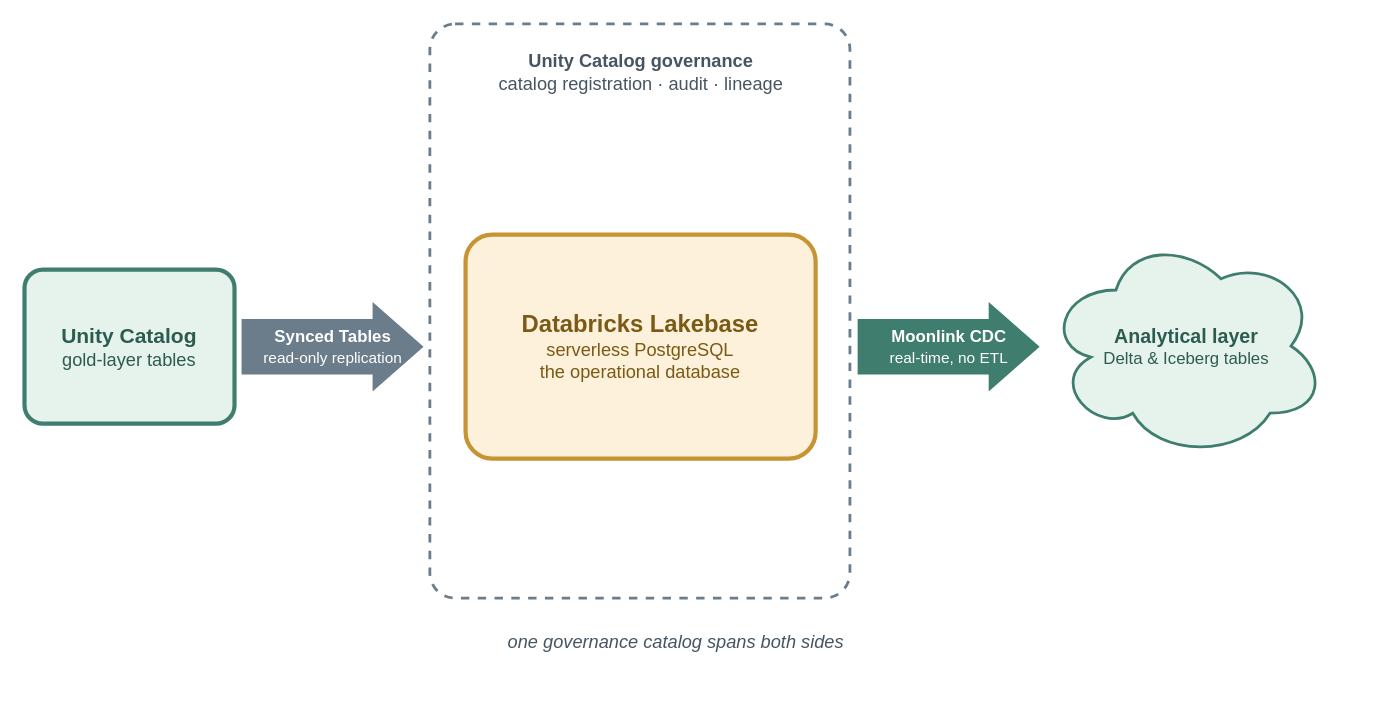
This is content/posts/decoupling-compute-storage-postgres-lakebase/lakebase-ecosystem-integration-flow.drawio.svg from AlexeyEvlampiev/alexeyevlampiev.github.io, a draw.io export, as it was before one commit. Source tidied: cells renumbered, new cells last; positions are measured from the earlier drawing's top-left corner, leaving out a move shared by most shapes.
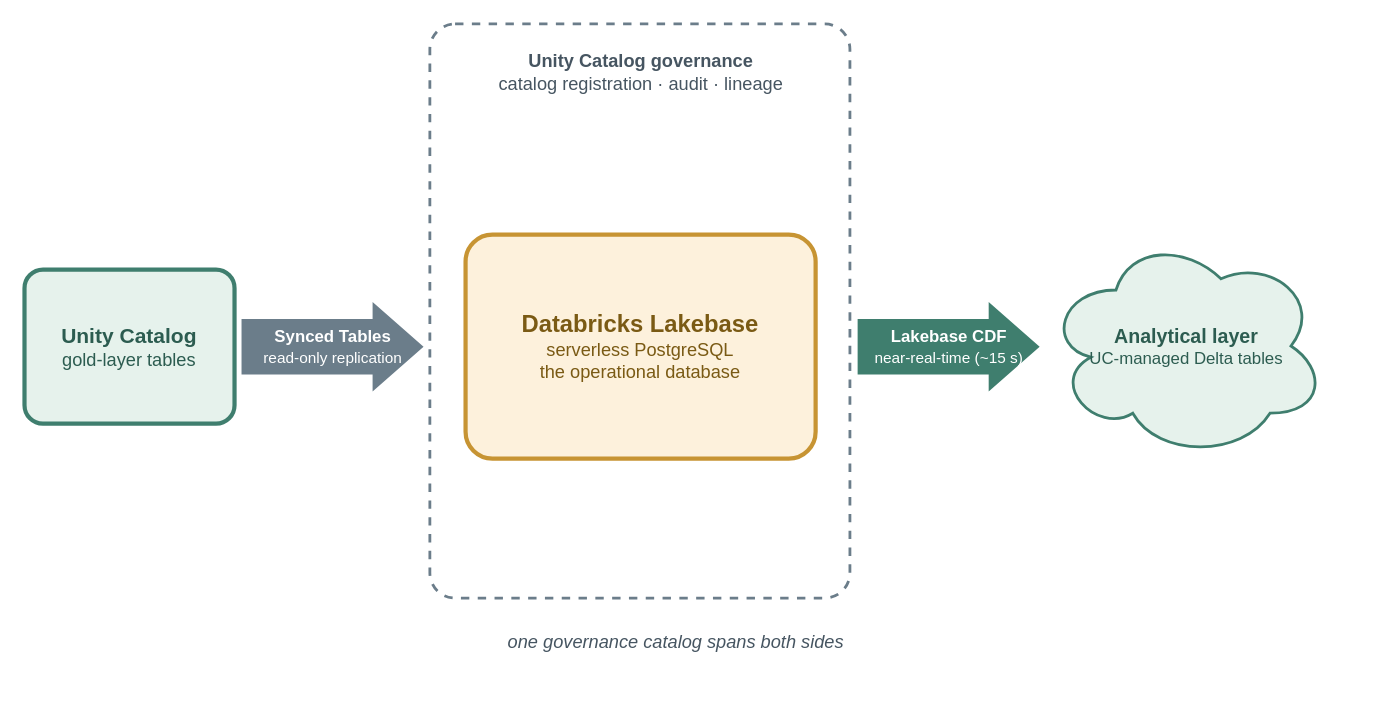
The same diagram one commit later.

Diff of the diagram source:
```diff
@@ -17,10 +17,10 @@
     <mxCell id="6" value="&lt;font style=&quot;font-size:17px&quot;&gt;&lt;b&gt;Databricks Lakebase&lt;/b&gt;&lt;/font&gt;&lt;br&gt;&lt;font style=&quot;font-size:13px&quot;&gt;serverless PostgreSQL&lt;br&gt;the operational database&lt;/font&gt;" style="rounded=1;whiteSpace=wrap;html=1;fillColor=#fdf1dc;strokeColor=#c79433;strokeWidth=3;fontColor=#7a5a14;arcSize=12;" parent="1" vertex="1">
       <mxGeometry x="315" y="150" width="250" height="160" as="geometry" />
     </mxCell>
-    <mxCell id="7" value="&lt;font style=&quot;font-size:12px&quot;&gt;&lt;b&gt;Moonlink CDC&lt;/b&gt;&lt;br&gt;&lt;/font&gt;&lt;font style=&quot;font-size:11px&quot;&gt;real-time, no ETL&lt;/font&gt;" style="shape=singleArrow;html=1;fillColor=#3f7e6e;strokeColor=none;arrowWidth=0.62;arrowSize=0.28;fontColor=#ffffff;" parent="1" vertex="1">
+    <mxCell id="7" value="&lt;font style=&quot;font-size:12px&quot;&gt;&lt;b&gt;Lakebase CDF&lt;/b&gt;&lt;br&gt;&lt;/font&gt;&lt;font style=&quot;font-size:11px&quot;&gt;near-real-time (~15 s)&lt;/font&gt;" style="shape=singleArrow;html=1;fillColor=#3f7e6e;strokeColor=none;arrowWidth=0.62;arrowSize=0.28;fontColor=#ffffff;" parent="1" vertex="1">
       <mxGeometry x="595" y="198" width="130" height="64" as="geometry" />
     </mxCell>
-    <mxCell id="8" value="&lt;font style=&quot;font-size:14px&quot;&gt;&lt;b&gt;Analytical layer&lt;/b&gt;&lt;/font&gt;&lt;br&gt;&lt;font style=&quot;font-size:12px&quot;&gt;Delta &amp;amp; Iceberg tables&lt;/font&gt;" style="shape=cloud;whiteSpace=wrap;html=1;fillColor=#e6f2ec;strokeColor=#3f7e6e;strokeWidth=2;fontColor=#2c5c50;" parent="1" vertex="1">
+    <mxCell id="8" value="&lt;font style=&quot;font-size:14px&quot;&gt;&lt;b&gt;Analytical layer&lt;/b&gt;&lt;/font&gt;&lt;br&gt;&lt;font style=&quot;font-size:12px&quot;&gt;UC-managed Delta tables&lt;/font&gt;" style="shape=cloud;whiteSpace=wrap;html=1;fillColor=#e6f2ec;strokeColor=#3f7e6e;strokeWidth=2;fontColor=#2c5c50;" parent="1" vertex="1">
       <mxGeometry x="730" y="150" width="200" height="160" as="geometry" />
     </mxCell>
     <mxCell id="9" value="&lt;font style=&quot;font-size:13px&quot;&gt;&lt;i&gt;one governance catalog spans both sides&lt;/i&gt;&lt;/font&gt;" style="text;html=1;fontColor=#465561;align=center;verticalAlign=middle;" parent="1" vertex="1">
```
